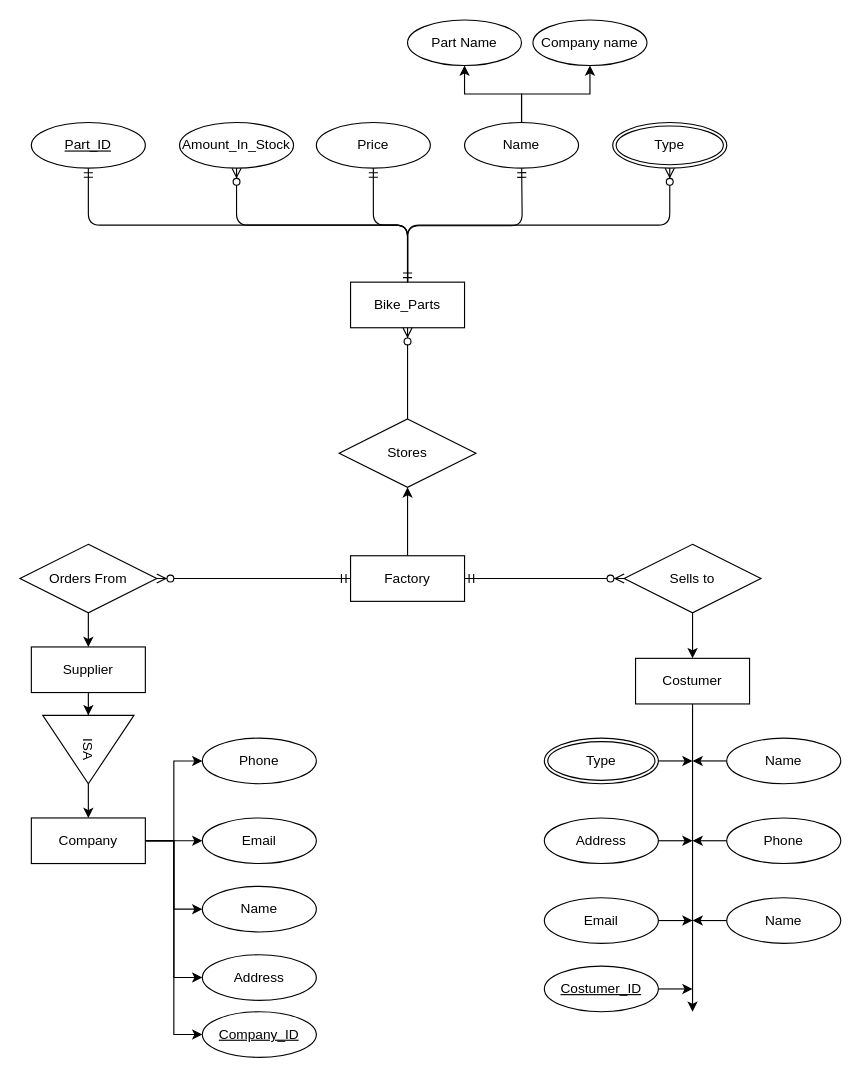
Before: Untitled Diagram.drawio in ginzex11/ERD, a draw.io diagram. Source tidied: cells renumbered, new cells numbered last; positions are measured from the earlier drawing's top-left corner, leaving out a move shared by most shapes. Both pictures are drawn from the tidied source at 114%, with x=0, y=0 at pixel (19, 19).
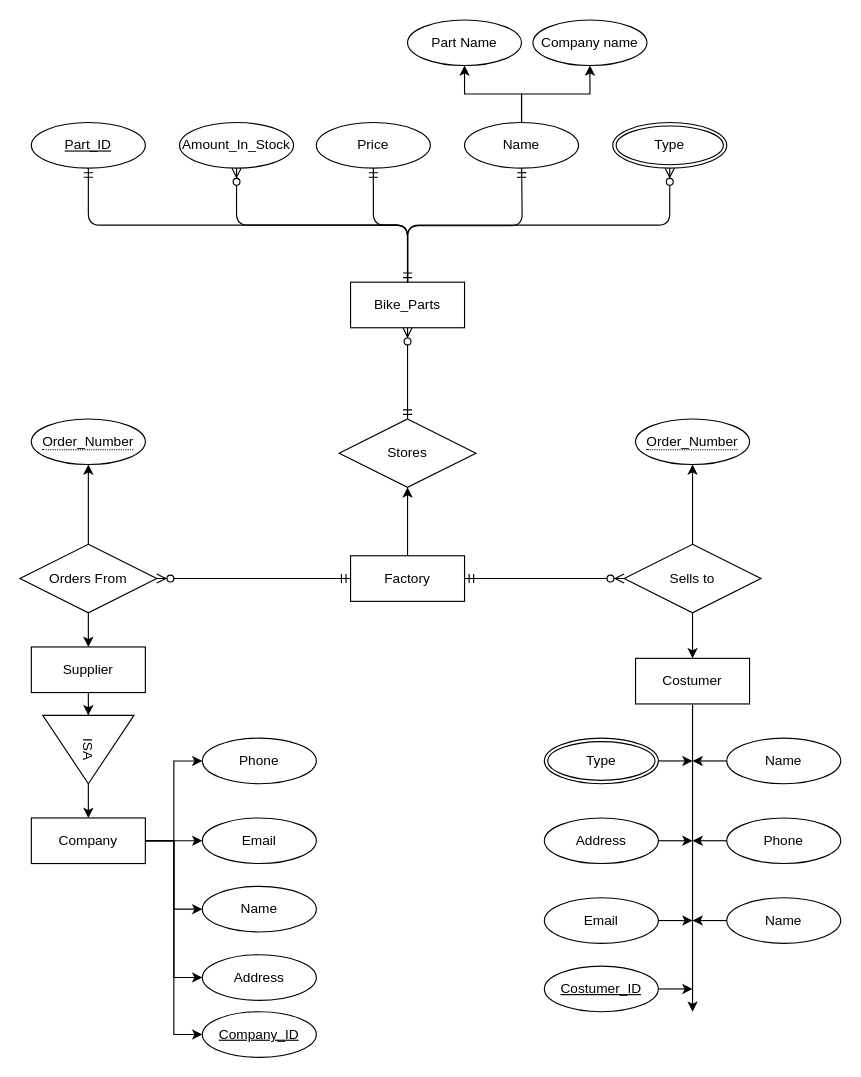
The same page after the edit.

Commit message:
BikeFactoryBeforeMerge_Parts

The change refers to these unchanged cells:
```xml
<mxCell id="8" value="Bike_Parts" style="whiteSpace=wrap;html=1;align=center;" parent="1" vertex="1">
  <mxGeometry x="290" y="230" width="100" height="40" as="geometry" />
</mxCell>
<mxCell id="18" value="Stores" style="shape=rhombus;perimeter=rhombusPerimeter;whiteSpace=wrap;html=1;align=center;" parent="1" vertex="1">
  <mxGeometry x="280" y="350" width="120" height="60" as="geometry" />
</mxCell>
<mxCell id="20" value="Orders From" style="shape=rhombus;perimeter=rhombusPerimeter;whiteSpace=wrap;html=1;align=center;" parent="1" vertex="1">
  <mxGeometry y="460" width="120" height="60" as="geometry" />
</mxCell>
<mxCell id="22" value="Sells to" style="shape=rhombus;perimeter=rhombusPerimeter;whiteSpace=wrap;html=1;align=center;" parent="1" vertex="1">
  <mxGeometry x="530" y="460" width="120" height="60" as="geometry" />
</mxCell>
```

What changed in the source:
```diff
@@
+    <mxCell id="59" style="edgeStyle=none;rounded=0;jettySize=auto;html=1;" parent="1" edge="1" source="20">
+      <mxGeometry relative="1" as="geometry">
+        <mxPoint x="60" y="390" as="targetPoint" />
+      </mxGeometry>
+    </mxCell>
@@
+    <mxCell id="60" style="edgeStyle=none;rounded=0;jettySize=auto;html=1;entryX=0.5;entryY=1;entryDx=0;entryDy=0;" parent="1" edge="1" source="22" target="62">
+      <mxGeometry relative="1" as="geometry" />
+    </mxCell>
@@
-    <mxCell id="53" style="fontSize=12;html=1;endArrow=ERzeroToMany;endFill=1;entryX=0.5;entryY=1;entryDx=0;entryDy=0;exitX=0.5;exitY=0;exitDx=0;exitDy=0;" parent="1" edge="1" source="18" target="8">
-      <mxGeometry relative="1" as="geometry" />
-    </mxCell>
@@
+    <mxCell id="53" style="fontSize=12;html=1;endArrow=ERzeroToMany;startArrow=ERmandOne;entryX=0.5;entryY=1;entryDx=0;entryDy=0;exitX=0.5;exitY=0;exitDx=0;exitDy=0;" parent="1" edge="1" source="18" target="8">
+      <mxGeometry relative="1" as="geometry" />
+    </mxCell>
+    <mxCell id="61" value="&lt;span style=&quot;border-bottom: 1px dotted&quot;&gt;Order_Number&lt;/span&gt;" style="ellipse;whiteSpace=wrap;html=1;align=center;rounded=0;" parent="1" vertex="1">
+      <mxGeometry x="10" y="350" width="100" height="40" as="geometry" />
+    </mxCell>
+    <mxCell id="62" value="&lt;span style=&quot;border-bottom: 1px dotted&quot;&gt;Order_Number&lt;/span&gt;" style="ellipse;whiteSpace=wrap;html=1;align=center;rounded=0;" parent="1" vertex="1">
+      <mxGeometry x="540" y="350" width="100" height="40" as="geometry" />
+    </mxCell>
```
